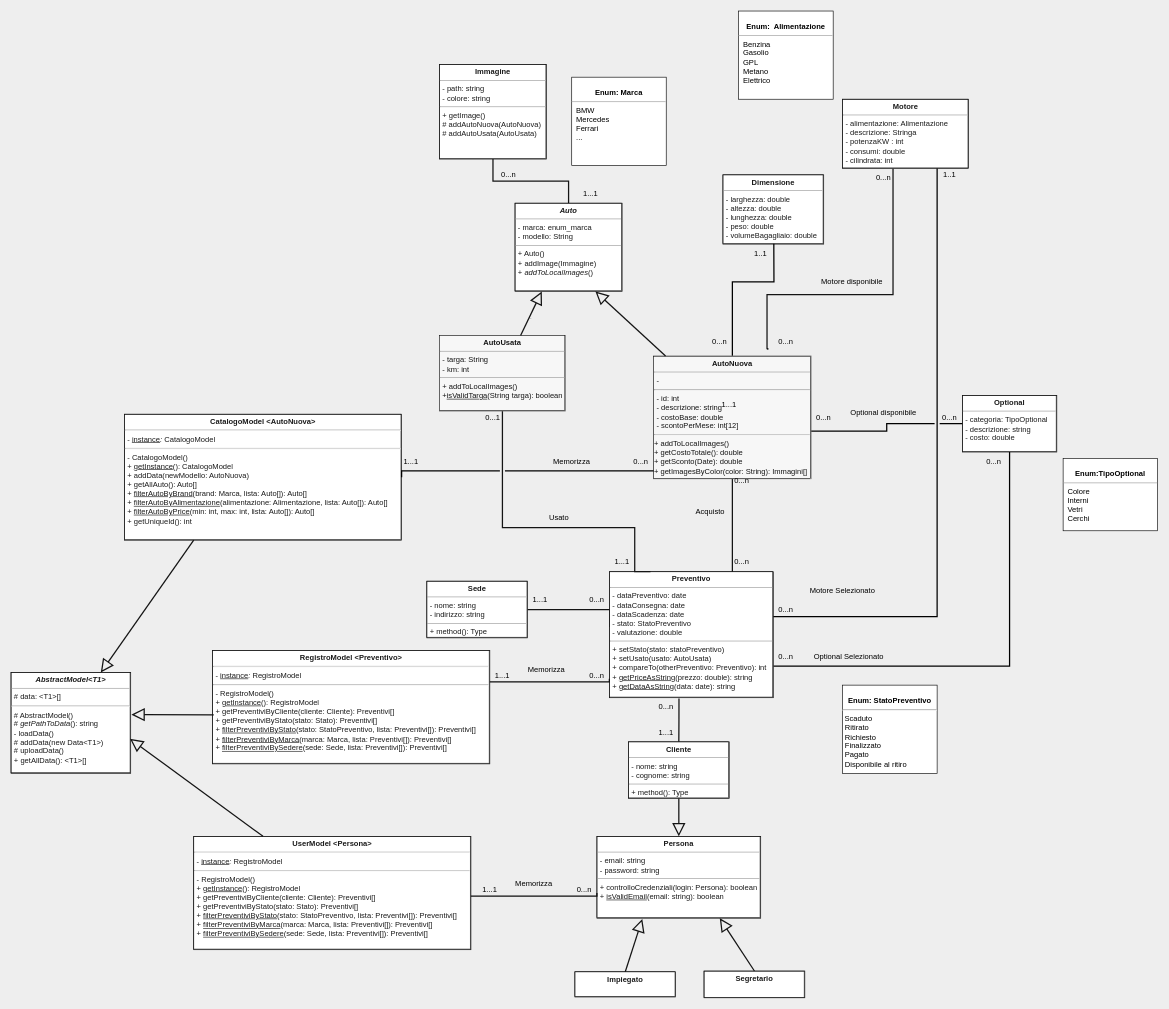
Above: doc/UMLdiagram.drawio in 446f6e6e79/ConfiguratoreAuto (draw.io), before the change. Source tidied: cells renumbered, new cells numbered last; positions are measured from the earlier drawing's top-left corner, leaving out a move shared by most shapes. Both pictures are drawn from the tidied source at 63%, with x=0, y=0 at pixel (11, 11).
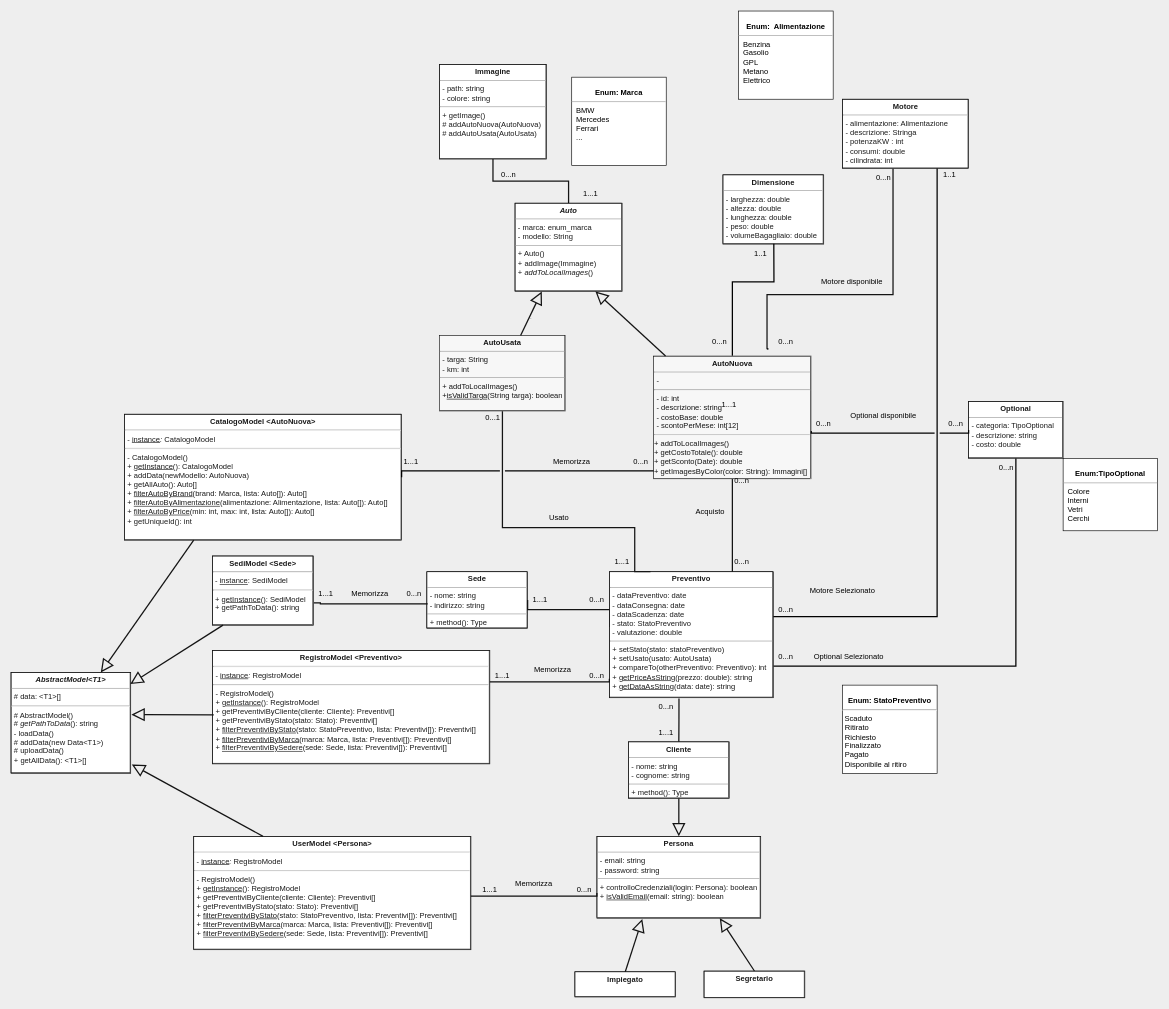
The same diagram, later.

Unchanged cells that the change refers to:
```xml
<mxCell id="27" value="&lt;p style=&quot;margin:0px;margin-top:4px;text-align:center;&quot;&gt;&lt;b&gt;AutoNuova&lt;/b&gt;&lt;/p&gt;&lt;hr size=&quot;1&quot;&gt;&lt;p style=&quot;margin:0px;margin-left:4px;&quot;&gt;-&amp;nbsp;&lt;/p&gt;&lt;hr&gt;&lt;p style=&quot;margin:0px;margin-left:4px;&quot;&gt;- id: int&lt;/p&gt;&lt;p style=&quot;margin:0px;margin-left:4px;&quot;&gt;- descrizione: string&lt;/p&gt;&lt;p style=&quot;margin:0px;margin-left:4px;&quot;&gt;- costoBase: double&lt;/p&gt;&lt;p style=&quot;margin:0px;margin-left:4px;&quot;&gt;- scontoPerMese: int[12]&lt;/p&gt;&lt;hr&gt;+ addToLocalImages()&lt;br&gt;+ getCostoTotale(): double&lt;br&gt;+ getSconto(Date): double&lt;br&gt;+ getImagesByColor(color: String): Immagini[]" style="verticalAlign=top;align=left;overflow=fill;fontSize=12;fontFamily=Helvetica;html=1;labelBorderColor=#141414;fillColor=#f5f5f5;gradientColor=#b3b3b3;strokeColor=#666666;labelBackgroundColor=#F7F7F7;fontColor=#141414;" parent="1" vertex="1">
  <mxGeometry x="1020" y="547.5" width="250" height="195" as="geometry" />
</mxCell>
<mxCell id="70" value="&lt;p style=&quot;margin:0px;margin-top:4px;text-align:center;&quot;&gt;&lt;b&gt;&lt;i&gt;AbstractModel&amp;lt;T1&amp;gt;&lt;/i&gt;&lt;/b&gt;&lt;/p&gt;&lt;hr size=&quot;1&quot;&gt;&lt;p style=&quot;margin:0px;margin-left:4px;&quot;&gt;&lt;/p&gt;&lt;p style=&quot;margin:0px;margin-left:4px;&quot;&gt;# data: &amp;lt;T1&amp;gt;[]&lt;/p&gt;&lt;hr&gt;&lt;p style=&quot;margin:0px;margin-left:4px;&quot;&gt;# AbstractModel()&lt;/p&gt;&lt;p style=&quot;margin:0px;margin-left:4px;&quot;&gt;# &lt;i&gt;getPathToData&lt;/i&gt;(): string&lt;/p&gt;&lt;p style=&quot;margin:0px;margin-left:4px;&quot;&gt;- loadData()&lt;/p&gt;&lt;p style=&quot;margin:0px;margin-left:4px;&quot;&gt;# addData(new Data&amp;lt;T1&amp;gt;)&lt;/p&gt;&lt;p style=&quot;margin:0px;margin-left:4px;&quot;&gt;# uploadData()&lt;br&gt;&lt;/p&gt;&lt;p style=&quot;margin:0px;margin-left:4px;&quot;&gt;+ getAllData(): &amp;lt;T1&amp;gt;[]&lt;/p&gt;&lt;p style=&quot;margin:0px;margin-left:4px;&quot;&gt;&lt;br&gt;&lt;/p&gt;" style="verticalAlign=top;align=left;overflow=fill;fontSize=12;fontFamily=Helvetica;html=1;labelBorderColor=#141414;fillColor=#FFFFFF;strokeColor=default;fontColor=#1A1A1A;rounded=0;" parent="1" vertex="1">
  <mxGeometry y="1050" width="190" height="160" as="geometry" />
</mxCell>
<mxCell id="75" value="&lt;p style=&quot;margin:0px;margin-top:4px;text-align:center;&quot;&gt;&lt;b&gt;UserModel &amp;lt;Persona&lt;/b&gt;&lt;b style=&quot;background-color: initial;&quot;&gt;&amp;gt;&lt;/b&gt;&lt;/p&gt;&lt;hr&gt;&lt;p style=&quot;margin:0px;margin-left:4px;&quot;&gt;- &lt;u&gt;instance&lt;/u&gt;&lt;i&gt;: &lt;/i&gt;RegistroModel&lt;/p&gt;&lt;hr&gt;&lt;p style=&quot;margin:0px;margin-left:4px;&quot;&gt;- RegistroModel()&lt;/p&gt;&lt;p style=&quot;margin:0px;margin-left:4px;&quot;&gt;+ &lt;u&gt;getInstance&lt;/u&gt;(): RegistroModel&lt;/p&gt;&lt;p style=&quot;margin:0px;margin-left:4px;&quot;&gt;&lt;span style=&quot;background-color: initial;&quot;&gt;+ getPreventiviByCliente(cliente: Cliente): Preventivi[]&lt;/span&gt;&lt;/p&gt;&lt;p style=&quot;margin:0px;margin-left:4px;&quot;&gt;+ getPreventiviByStato(stato: Stato): Preventivi[]&lt;/p&gt;&lt;p style=&quot;margin:0px;margin-left:4px;&quot;&gt;+ &lt;u&gt;filterPreventiviByStato&lt;/u&gt;(stato: StatoPreventivo, lista: Preventivi[]): Preventivi[]&lt;/p&gt;&lt;p style=&quot;margin:0px;margin-left:4px;&quot;&gt;+ &lt;u&gt;filterPreventiviByMarca&lt;/u&gt;(marca: Marca, lista: Preventivi[]): Preventivi[]&lt;br&gt;&lt;/p&gt;&lt;p style=&quot;margin:0px;margin-left:4px;&quot;&gt;+ &lt;u&gt;filterPreventiviBySedere&lt;/u&gt;(sede: Sede, lista: Preventivi[]): Preventivi[]&lt;br&gt;&lt;/p&gt;&lt;p style=&quot;margin:0px;margin-left:4px;&quot;&gt;&lt;br&gt;&lt;/p&gt;" style="verticalAlign=top;align=left;overflow=fill;fontSize=12;fontFamily=Helvetica;html=1;labelBorderColor=#141414;fillColor=#FFFFFF;strokeColor=default;fontColor=#1A1A1A;rounded=0;" parent="1" vertex="1">
  <mxGeometry x="290" y="1310" width="440" height="180" as="geometry" />
</mxCell>
```

Diff of the diagram source:
```diff
@@
     <mxCell id="4" value="&lt;p style=&quot;margin:0px;margin-top:4px;text-align:center;&quot;&gt;&lt;b&gt;Optional&lt;/b&gt;&lt;/p&gt;&lt;hr size=&quot;1&quot;&gt;&lt;p style=&quot;margin:0px;margin-left:4px;&quot;&gt;&lt;/p&gt;&lt;p style=&quot;margin:0px;margin-left:4px;&quot;&gt;- categoria: TipoOptional&lt;/p&gt;&lt;p style=&quot;margin:0px;margin-left:4px;&quot;&gt;- descrizione: string&lt;/p&gt;&lt;p style=&quot;margin:0px;margin-left:4px;&quot;&gt;- costo: double&lt;/p&gt;" style="verticalAlign=top;align=left;overflow=fill;fontSize=12;fontFamily=Helvetica;html=1;labelBorderColor=#141414;fillColor=#FFFFFF;strokeColor=default;fontColor=#1A1A1A;rounded=0;" parent="1" vertex="1">
-      <mxGeometry x="1510" y="610" width="150" height="90" as="geometry" />
+      <mxGeometry x="1520" y="620" width="150" height="90" as="geometry" />
     </mxCell>
@@
     <mxCell id="10" value="&lt;p style=&quot;margin:0px;margin-top:4px;text-align:center;&quot;&gt;&lt;b&gt;Sede&lt;/b&gt;&lt;/p&gt;&lt;hr size=&quot;1&quot;&gt;&lt;p style=&quot;margin:0px;margin-left:4px;&quot;&gt;- nome: string&lt;/p&gt;&lt;p style=&quot;margin:0px;margin-left:4px;&quot;&gt;- indirizzo: string&lt;/p&gt;&lt;hr size=&quot;1&quot;&gt;&lt;p style=&quot;margin:0px;margin-left:4px;&quot;&gt;+ method(): Type&lt;/p&gt;" style="verticalAlign=top;align=left;overflow=fill;fontSize=12;fontFamily=Helvetica;html=1;labelBorderColor=#141414;fillColor=#FFFFFF;strokeColor=default;fontColor=#1A1A1A;rounded=0;" parent="1" vertex="1">
-      <mxGeometry x="660" y="905" width="160" height="90" as="geometry" />
+      <mxGeometry x="660" y="890" width="160" height="90" as="geometry" />
     </mxCell>
@@
     <mxCell id="16" value="0...n" style="text;html=1;align=center;verticalAlign=middle;whiteSpace=wrap;rounded=0;fontColor=#000000;" parent="1" vertex="1">
-      <mxGeometry x="1460" y="630" width="60" height="30" as="geometry" />
+      <mxGeometry x="1470" y="640" width="60" height="30" as="geometry" />
     </mxCell>
@@
     <mxCell id="43" value="&lt;font color=&quot;#000000&quot;&gt;Optional disponibile&lt;br&gt;&lt;br&gt;&lt;/font&gt;" style="text;html=1;strokeColor=none;fillColor=none;align=center;verticalAlign=middle;whiteSpace=wrap;rounded=0;" parent="1" vertex="1">
-      <mxGeometry x="1330" y="630" width="110" height="30" as="geometry" />
+      <mxGeometry x="1330" y="635" width="110" height="30" as="geometry" />
     </mxCell>
@@
     <mxCell id="48" value="0...n" style="text;html=1;align=center;verticalAlign=middle;whiteSpace=wrap;rounded=0;fontColor=#000000;" parent="1" vertex="1">
-      <mxGeometry x="1260" y="630" width="60" height="30" as="geometry" />
+      <mxGeometry x="1260" y="640" width="60" height="30" as="geometry" />
     </mxCell>
@@
     <mxCell id="54" value="&lt;font color=&quot;#000000&quot;&gt;Memorizza&lt;br&gt;&lt;/font&gt;" style="text;html=1;strokeColor=none;fillColor=none;align=center;verticalAlign=middle;whiteSpace=wrap;rounded=0;" parent="1" vertex="1">
-      <mxGeometry x="820" y="1030" width="60" height="30" as="geometry" />
+      <mxGeometry x="830" y="1030" width="60" height="30" as="geometry" />
     </mxCell>
@@
     <mxCell id="59" value="0...n" style="text;html=1;align=center;verticalAlign=middle;whiteSpace=wrap;rounded=0;fontColor=#000000;" parent="1" vertex="1">
-      <mxGeometry x="1530" y="700" width="60" height="30" as="geometry" />
+      <mxGeometry x="1550" y="710" width="60" height="30" as="geometry" />
     </mxCell>
@@
     <mxCell id="64" style="edgeStyle=orthogonalEdgeStyle;rounded=0;jettySize=auto;html=1;exitX=0;exitY=0.5;exitDx=0;exitDy=0;entryX=1.001;entryY=0.612;entryDx=0;entryDy=0;entryPerimeter=0;strokeWidth=2;jumpStyle=gap;endArrow=none;endFill=0;" parent="1" edge="1" source="4" target="27">
-      <mxGeometry relative="1" as="geometry" />
+      <mxGeometry relative="1" as="geometry">
+        <Array as="points">
+          <mxPoint x="1520" y="670" />
+          <mxPoint x="1270" y="670" />
+        </Array>
+      </mxGeometry>
     </mxCell>
@@
-    <mxCell id="80" value="Extends" style="endArrow=block;endSize=16;endFill=0;rounded=0;strokeColor=#141414;strokeWidth=2;fontColor=none;labelBackgroundColor=none;noLabel=1;fontSize=1;entryX=0.994;entryY=0.658;entryDx=0;entryDy=0;entryPerimeter=0;exitX=0.25;exitY=0;exitDx=0;exitDy=0;" parent="1" edge="1" source="75" target="70">
+    <mxCell id="80" value="Extends" style="endArrow=block;endSize=16;endFill=0;rounded=0;strokeColor=#141414;strokeWidth=2;fontColor=none;labelBackgroundColor=none;noLabel=1;fontSize=1;entryX=1.009;entryY=0.913;entryDx=0;entryDy=0;entryPerimeter=0;exitX=0.25;exitY=0;exitDx=0;exitDy=0;" parent="1" edge="1" source="75" target="70">
       <mxGeometry relative="1" as="geometry" />
     </mxCell>
+    <mxCell id="81" value="&lt;p style=&quot;margin:0px;margin-top:4px;text-align:center;&quot;&gt;&lt;b&gt;SediModel &amp;lt;Sede&amp;gt;&lt;/b&gt;&lt;/p&gt;&lt;hr&gt;&amp;nbsp;- &lt;u&gt;instance&lt;/u&gt;: SediModel&lt;br&gt;&lt;hr&gt;&amp;nbsp;+ &lt;u&gt;getInstance&lt;/u&gt;(): SediModel&lt;br&gt;&amp;nbsp;+ getPathToData(): string" style="verticalAlign=top;align=left;overflow=fill;fontSize=12;fontFamily=Helvetica;html=1;labelBorderColor=#141414;fillColor=#FFFFFF;strokeColor=default;fontColor=#1A1A1A;rounded=0;" parent="1" vertex="1">
+      <mxGeometry x="320" y="865" width="160" height="110" as="geometry" />
+    </mxCell>
+    <mxCell id="82" style="edgeStyle=orthogonalEdgeStyle;rounded=0;jettySize=auto;html=1;strokeColor=#0F0F0F;strokeWidth=2;endArrow=none;endFill=0;entryX=0.856;entryY=1.03;entryDx=0;entryDy=0;entryPerimeter=0;exitX=1.005;exitY=0.678;exitDx=0;exitDy=0;exitPerimeter=0;" parent="1" edge="1" source="81" target="85">
+      <mxGeometry relative="1" as="geometry">
+        <Array as="points">
+          <mxPoint x="491" y="940" />
+          <mxPoint x="491" y="941" />
+        </Array>
+      </mxGeometry>
+    </mxCell>
+    <mxCell id="83" value="1...1" style="text;html=1;align=center;verticalAlign=middle;whiteSpace=wrap;rounded=0;fontColor=#000000;" parent="1" vertex="1">
+      <mxGeometry x="470" y="910" width="60" height="30" as="geometry" />
+    </mxCell>
+    <mxCell id="84" value="&lt;font color=&quot;#000000&quot;&gt;Memorizza&lt;br&gt;&lt;/font&gt;" style="text;html=1;strokeColor=none;fillColor=none;align=center;verticalAlign=middle;whiteSpace=wrap;rounded=0;" parent="1" vertex="1">
+      <mxGeometry x="540" y="910" width="60" height="30" as="geometry" />
+    </mxCell>
+    <mxCell id="85" value="0...n" style="text;html=1;align=center;verticalAlign=middle;whiteSpace=wrap;rounded=0;fontColor=#000000;" parent="1" vertex="1">
+      <mxGeometry x="610" y="910" width="60" height="30" as="geometry" />
+    </mxCell>
+    <mxCell id="86" value="Extends" style="endArrow=block;endSize=16;endFill=0;rounded=0;strokeColor=#141414;strokeWidth=2;fontColor=none;labelBackgroundColor=none;noLabel=1;fontSize=1;entryX=0.996;entryY=0.115;entryDx=0;entryDy=0;exitX=0.103;exitY=0.998;exitDx=0;exitDy=0;entryPerimeter=0;exitPerimeter=0;" parent="1" edge="1" source="81" target="70">
+      <mxGeometry relative="1" as="geometry" />
+    </mxCell>
```
